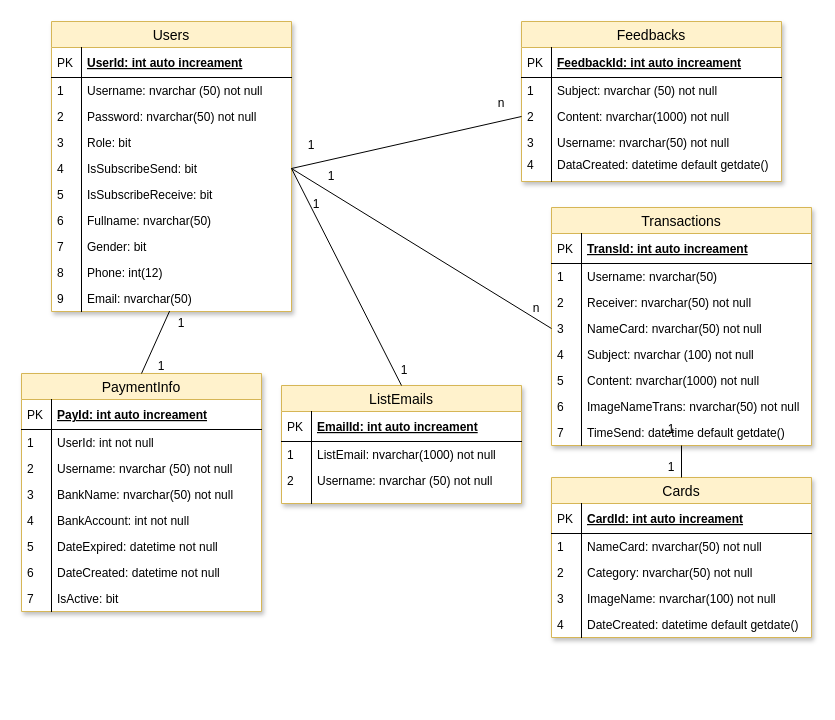
The draw.io diagram page "Database Structure" (5 of 10) of e-Greeting.drawio in duyphuong403/E-Greeting, before the edit. Source tidied: cells renumbered, new cells numbered last; positions are measured from the earlier drawing's top-left corner, leaving out a move shared by most shapes. Both pictures are drawn from the tidied source at 100%, with x=0, y=0 at pixel (21, 21).
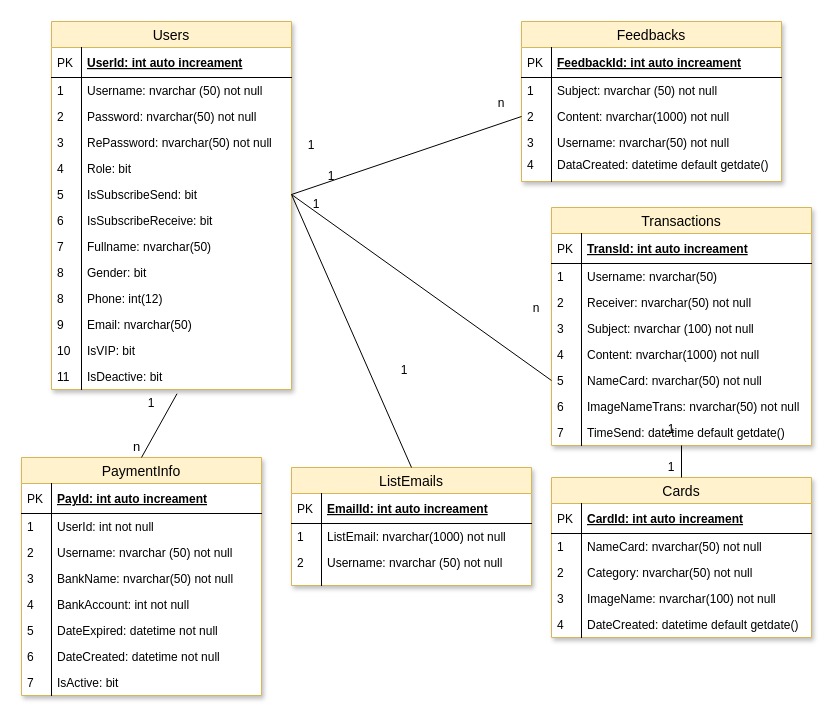
The same page after the edit.

Unchanged cells that the change refers to:
```xml
<mxCell id="36" value="Transactions" style="swimlane;fontStyle=0;horizontal=1;startSize=26;fillColor=#fff2cc;swimlaneFillColor=#ffffff;align=center;fontSize=14;shadow=1;strokeColor=#d6b656;" parent="1" vertex="1">
  <mxGeometry x="530" y="186" width="260" height="238" as="geometry" />
</mxCell>
```

The edit, as a diff of the source:
```diff
@@
     <mxCell id="2" value="Users" style="swimlane;fontStyle=0;horizontal=1;startSize=26;fillColor=#fff2cc;swimlaneFillColor=#ffffff;align=center;fontSize=14;shadow=1;strokeColor=#d6b656;" parent="1" vertex="1">
-      <mxGeometry x="30" width="240" height="290" as="geometry" />
+      <mxGeometry x="30" width="240" height="368" as="geometry" />
     </mxCell>
@@
+    <mxCell id="109" value="RePassword: nvarchar(50) not null" style="shape=partialRectangle;top=0;left=0;right=0;bottom=0;align=left;verticalAlign=top;fillColor=none;spacingLeft=34;spacingRight=4;overflow=hidden;fontSize=12;" parent="2" vertex="1">
+      <mxGeometry y="108" width="240" height="26" as="geometry" />
+    </mxCell>
+    <mxCell id="110" value="3" style="shape=partialRectangle;top=0;left=0;bottom=0;fillColor=none;align=left;verticalAlign=top;spacingLeft=4;spacingRight=4;overflow=hidden;fontSize=12;" parent="109" vertex="1">
+      <mxGeometry width="30" height="26" as="geometry" />
+    </mxCell>
     <mxCell id="9" value="Role: bit" style="shape=partialRectangle;top=0;left=0;right=0;bottom=0;align=left;verticalAlign=top;fillColor=none;spacingLeft=34;spacingRight=4;overflow=hidden;fontSize=12;" parent="2" vertex="1">
-      <mxGeometry y="108" width="240" height="26" as="geometry" />
+      <mxGeometry y="134" width="240" height="26" as="geometry" />
     </mxCell>
-    <mxCell id="10" value="3" style="shape=partialRectangle;top=0;left=0;bottom=0;fillColor=none;align=left;verticalAlign=top;spacingLeft=4;spacingRight=4;overflow=hidden;fontSize=12;" parent="9" vertex="1">
+    <mxCell id="10" value="4" style="shape=partialRectangle;top=0;left=0;bottom=0;fillColor=none;align=left;verticalAlign=top;spacingLeft=4;spacingRight=4;overflow=hidden;fontSize=12;" parent="9" vertex="1">
       <mxGeometry width="30" height="26" as="geometry" />
     </mxCell>
     <mxCell id="11" value="IsSubscribeSend: bit" style="shape=partialRectangle;top=0;left=0;right=0;bottom=0;align=left;verticalAlign=top;fillColor=none;spacingLeft=34;spacingRight=4;overflow=hidden;points=[[0,0.5],[1,0.5]];portConstraint=eastwest;fontSize=12;" parent="2" vertex="1">
-      <mxGeometry y="134" width="240" height="26" as="geometry" />
+      <mxGeometry y="160" width="240" height="26" as="geometry" />
     </mxCell>
-    <mxCell id="12" value="4" style="shape=partialRectangle;top=0;left=0;bottom=0;fillColor=none;align=left;verticalAlign=top;spacingLeft=4;spacingRight=4;overflow=hidden;fontSize=12;" parent="11" vertex="1">
+    <mxCell id="12" value="5" style="shape=partialRectangle;top=0;left=0;bottom=0;fillColor=none;align=left;verticalAlign=top;spacingLeft=4;spacingRight=4;overflow=hidden;fontSize=12;" parent="11" vertex="1">
       <mxGeometry width="30" height="26" as="geometry" />
     </mxCell>
     <mxCell id="13" value="IsSubscribeReceive: bit" style="shape=partialRectangle;top=0;left=0;right=0;bottom=0;align=left;verticalAlign=top;fillColor=none;spacingLeft=34;spacingRight=4;overflow=hidden;fontSize=12;" parent="2" vertex="1">
-      <mxGeometry y="160" width="240" height="26" as="geometry" />
+      <mxGeometry y="186" width="240" height="26" as="geometry" />
     </mxCell>
-    <mxCell id="14" value="5" style="shape=partialRectangle;top=0;left=0;bottom=0;fillColor=none;align=left;verticalAlign=top;spacingLeft=4;spacingRight=4;overflow=hidden;fontSize=12;" parent="13" vertex="1">
+    <mxCell id="14" value="6" style="shape=partialRectangle;top=0;left=0;bottom=0;fillColor=none;align=left;verticalAlign=top;spacingLeft=4;spacingRight=4;overflow=hidden;fontSize=12;" parent="13" vertex="1">
       <mxGeometry width="30" height="26" as="geometry" />
     </mxCell>
     <mxCell id="15" value="Fullname: nvarchar(50) " style="shape=partialRectangle;top=0;left=0;right=0;bottom=0;align=left;verticalAlign=top;fillColor=none;spacingLeft=34;spacingRight=4;overflow=hidden;fontSize=12;" parent="2" vertex="1">
-      <mxGeometry y="186" width="240" height="26" as="geometry" />
+      <mxGeometry y="212" width="240" height="26" as="geometry" />
     </mxCell>
-    <mxCell id="16" value="6" style="shape=partialRectangle;top=0;left=0;bottom=0;fillColor=none;align=left;verticalAlign=top;spacingLeft=4;spacingRight=4;overflow=hidden;fontSize=12;" parent="15" vertex="1">
+    <mxCell id="16" value="7" style="shape=partialRectangle;top=0;left=0;bottom=0;fillColor=none;align=left;verticalAlign=top;spacingLeft=4;spacingRight=4;overflow=hidden;fontSize=12;" parent="15" vertex="1">
       <mxGeometry width="30" height="26" as="geometry" />
     </mxCell>
     <mxCell id="17" value="Gender: bit" style="shape=partialRectangle;top=0;left=0;right=0;bottom=0;align=left;verticalAlign=top;fillColor=none;spacingLeft=34;spacingRight=4;overflow=hidden;fontSize=12;" parent="2" vertex="1">
-      <mxGeometry y="212" width="240" height="26" as="geometry" />
+      <mxGeometry y="238" width="240" height="26" as="geometry" />
     </mxCell>
-    <mxCell id="18" value="7" style="shape=partialRectangle;top=0;left=0;bottom=0;fillColor=none;align=left;verticalAlign=top;spacingLeft=4;spacingRight=4;overflow=hidden;fontSize=12;" parent="17" vertex="1">
+    <mxCell id="18" value="8" style="shape=partialRectangle;top=0;left=0;bottom=0;fillColor=none;align=left;verticalAlign=top;spacingLeft=4;spacingRight=4;overflow=hidden;fontSize=12;" parent="17" vertex="1">
       <mxGeometry width="30" height="26" as="geometry" />
     </mxCell>
     <mxCell id="19" value="Phone: int(12)" style="shape=partialRectangle;top=0;left=0;right=0;bottom=0;align=left;verticalAlign=top;fillColor=none;spacingLeft=34;spacingRight=4;overflow=hidden;fontSize=12;" parent="2" vertex="1">
-      <mxGeometry y="238" width="240" height="26" as="geometry" />
+      <mxGeometry y="264" width="240" height="26" as="geometry" />
     </mxCell>
@@
     <mxCell id="21" value="Email: nvarchar(50) " style="shape=partialRectangle;top=0;left=0;right=0;bottom=0;align=left;verticalAlign=top;fillColor=none;spacingLeft=34;spacingRight=4;overflow=hidden;points=[[0,0.5],[1,0.5]];portConstraint=eastwest;fontSize=12;" parent="2" vertex="1">
-      <mxGeometry y="264" width="240" height="26" as="geometry" />
+      <mxGeometry y="290" width="240" height="26" as="geometry" />
     </mxCell>
@@
     <mxCell id="23" style="shape=partialRectangle;top=0;left=0;right=0;bottom=0;align=left;verticalAlign=top;fillColor=none;spacingLeft=34;spacingRight=4;overflow=hidden;fontSize=12;" parent="2" vertex="1">
-      <mxGeometry y="290" width="240" as="geometry" />
+      <mxGeometry y="316" width="240" as="geometry" />
     </mxCell>
@@
+    <mxCell id="111" value="IsVIP: bit " style="shape=partialRectangle;top=0;left=0;right=0;bottom=0;align=left;verticalAlign=top;fillColor=none;spacingLeft=34;spacingRight=4;overflow=hidden;fontSize=12;" parent="2" vertex="1">
+      <mxGeometry y="316" width="240" height="26" as="geometry" />
+    </mxCell>
+    <mxCell id="112" value="10" style="shape=partialRectangle;top=0;left=0;bottom=0;fillColor=none;align=left;verticalAlign=top;spacingLeft=4;spacingRight=4;overflow=hidden;fontSize=12;" parent="111" vertex="1">
+      <mxGeometry width="30" height="26" as="geometry" />
+    </mxCell>
+    <mxCell id="113" value="IsDeactive: bit" style="shape=partialRectangle;top=0;left=0;right=0;bottom=0;align=left;verticalAlign=top;fillColor=none;spacingLeft=34;spacingRight=4;overflow=hidden;points=[[0,0.5],[1,0.5]];portConstraint=eastwest;fontSize=12;" parent="2" vertex="1">
+      <mxGeometry y="342" width="240" height="26" as="geometry" />
+    </mxCell>
+    <mxCell id="114" value="11" style="shape=partialRectangle;top=0;left=0;bottom=0;fillColor=none;align=left;verticalAlign=top;spacingLeft=4;spacingRight=4;overflow=hidden;fontSize=12;" parent="113" vertex="1">
+      <mxGeometry width="30" height="26" as="geometry" />
+    </mxCell>
@@
-    <mxCell id="43" value="NameCard: nvarchar(50) not null" style="shape=partialRectangle;top=0;left=0;right=0;bottom=0;align=left;verticalAlign=top;fillColor=none;spacingLeft=34;spacingRight=4;overflow=hidden;points=[[0,0.5],[1,0.5]];portConstraint=eastwest;fontSize=12;" parent="36" vertex="1">
-      <mxGeometry y="108" width="260" height="26" as="geometry" />
-    </mxCell>
-    <mxCell id="44" value="3" style="shape=partialRectangle;top=0;left=0;bottom=0;fillColor=none;align=left;verticalAlign=top;spacingLeft=4;spacingRight=4;overflow=hidden;fontSize=12;" parent="43" vertex="1">
-      <mxGeometry width="30" height="26" as="geometry" />
-    </mxCell>
     <mxCell id="45" value="Subject: nvarchar (100) not null" style="shape=partialRectangle;top=0;left=0;right=0;bottom=0;align=left;verticalAlign=top;fillColor=none;spacingLeft=34;spacingRight=4;overflow=hidden;fontSize=12;" parent="36" vertex="1">
-      <mxGeometry y="134" width="260" height="26" as="geometry" />
+      <mxGeometry y="108" width="260" height="26" as="geometry" />
     </mxCell>
-    <mxCell id="46" value="4" style="shape=partialRectangle;top=0;left=0;bottom=0;fillColor=none;align=left;verticalAlign=top;spacingLeft=4;spacingRight=4;overflow=hidden;fontSize=12;" parent="45" vertex="1">
+    <mxCell id="46" value="3" style="shape=partialRectangle;top=0;left=0;bottom=0;fillColor=none;align=left;verticalAlign=top;spacingLeft=4;spacingRight=4;overflow=hidden;fontSize=12;" parent="45" vertex="1">
       <mxGeometry width="30" height="26" as="geometry" />
     </mxCell>
     <mxCell id="47" value="Content: nvarchar(1000) not null" style="shape=partialRectangle;top=0;left=0;right=0;bottom=0;align=left;verticalAlign=top;fillColor=none;spacingLeft=34;spacingRight=4;overflow=hidden;fontSize=12;" parent="36" vertex="1">
-      <mxGeometry y="160" width="260" height="26" as="geometry" />
+      <mxGeometry y="134" width="260" height="26" as="geometry" />
     </mxCell>
-    <mxCell id="48" value="5" style="shape=partialRectangle;top=0;left=0;bottom=0;fillColor=none;align=left;verticalAlign=top;spacingLeft=4;spacingRight=4;overflow=hidden;fontSize=12;" parent="47" vertex="1">
+    <mxCell id="48" value="4" style="shape=partialRectangle;top=0;left=0;bottom=0;fillColor=none;align=left;verticalAlign=top;spacingLeft=4;spacingRight=4;overflow=hidden;fontSize=12;" parent="47" vertex="1">
       <mxGeometry width="30" height="26" as="geometry" />
     </mxCell>
+    <mxCell id="43" value="NameCard: nvarchar(50) not null" style="shape=partialRectangle;top=0;left=0;right=0;bottom=0;align=left;verticalAlign=top;fillColor=none;spacingLeft=34;spacingRight=4;overflow=hidden;points=[[0,0.5],[1,0.5]];portConstraint=eastwest;fontSize=12;" parent="36" vertex="1">
+      <mxGeometry y="160" width="260" height="26" as="geometry" />
+    </mxCell>
+    <mxCell id="44" value="5" style="shape=partialRectangle;top=0;left=0;bottom=0;fillColor=none;align=left;verticalAlign=top;spacingLeft=4;spacingRight=4;overflow=hidden;fontSize=12;" parent="43" vertex="1">
+      <mxGeometry width="30" height="26" as="geometry" />
+    </mxCell>
@@
     <mxCell id="68" value="ListEmails" style="swimlane;fontStyle=0;horizontal=1;startSize=26;fillColor=#fff2cc;swimlaneFillColor=#ffffff;align=center;fontSize=14;rounded=0;shadow=1;glass=0;comic=0;strokeColor=#d6b656;" parent="1" vertex="1">
-      <mxGeometry x="260" y="364" width="240" height="118" as="geometry" />
+      <mxGeometry x="270" y="446" width="240" height="118" as="geometry" />
     </mxCell>
@@
     <mxCell id="77" value="PaymentInfo" style="swimlane;fontStyle=0;horizontal=1;startSize=26;fillColor=#fff2cc;swimlaneFillColor=#ffffff;align=center;fontSize=14;rounded=0;shadow=1;glass=0;comic=0;strokeColor=#d6b656;" parent="1" vertex="1">
-      <mxGeometry y="352" width="240" height="238" as="geometry" />
+      <mxGeometry y="436" width="240" height="238" as="geometry" />
     </mxCell>
@@
-    <mxCell id="106" style="endArrow=none;html=1;entryX=0.492;entryY=0.985;entryDx=0;entryDy=0;entryPerimeter=0;exitX=0.5;exitY=0;exitDx=0;exitDy=0;" parent="1" edge="1" source="77" target="21">
+    <mxCell id="106" style="endArrow=none;html=1;entryX=0.523;entryY=1.162;entryDx=0;entryDy=0;entryPerimeter=0;exitX=0.5;exitY=0;exitDx=0;exitDy=0;" parent="1" edge="1" source="77" target="113">
       <mxGeometry relative="1" as="geometry" />
     </mxCell>
-    <mxCell id="107" value="1" style="text;html=1;strokeColor=none;fillColor=none;align=center;verticalAlign=middle;whiteSpace=wrap;rounded=0;" parent="1" vertex="1">
-      <mxGeometry x="140" y="292" width="40" height="20" as="geometry" />
-    </mxCell>
     <mxCell id="108" value="1" style="text;html=1;strokeColor=none;fillColor=none;align=center;verticalAlign=middle;whiteSpace=wrap;rounded=0;" parent="1" vertex="1">
-      <mxGeometry x="120" y="335" width="40" height="20" as="geometry" />
+      <mxGeometry x="110" y="372" width="40" height="20" as="geometry" />
     </mxCell>
+    <mxCell id="115" value="&lt;font style=&quot;font-size: 13px;&quot;&gt;n&lt;/font&gt;" style="text;html=1;align=left;verticalAlign=top;spacingTop=-4;fontSize=13;" parent="1" vertex="1">
+      <mxGeometry x="110" y="415" width="20" height="10" as="geometry" />
+    </mxCell>
```
